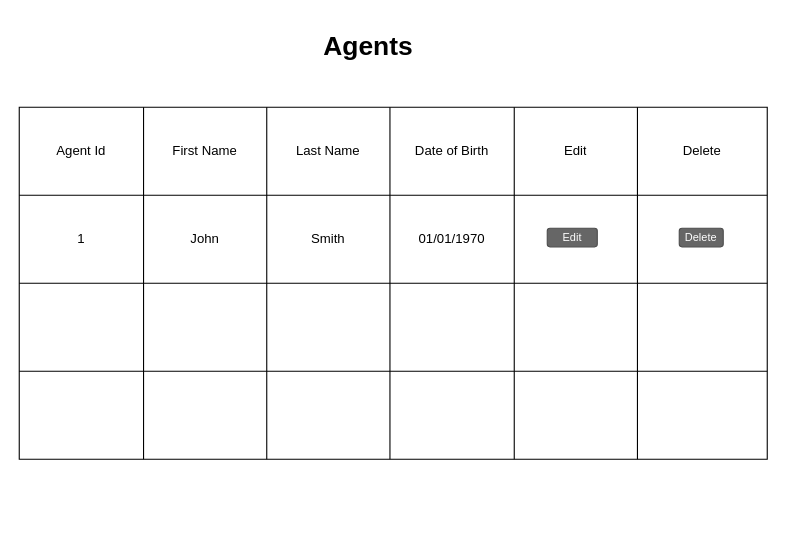
Earlier version of the draw.io diagram page "View Agents" (1 of 4) of server/UIWireFrame.drawio (alfurlon/alfurlon.github.io). Source tidied: cells renumbered, new cells numbered last; positions are measured from the earlier drawing's top-left corner, leaving out a move shared by most shapes. Both pictures are drawn from the tidied source at 110%, with x=0, y=0 at pixel (19, 19).
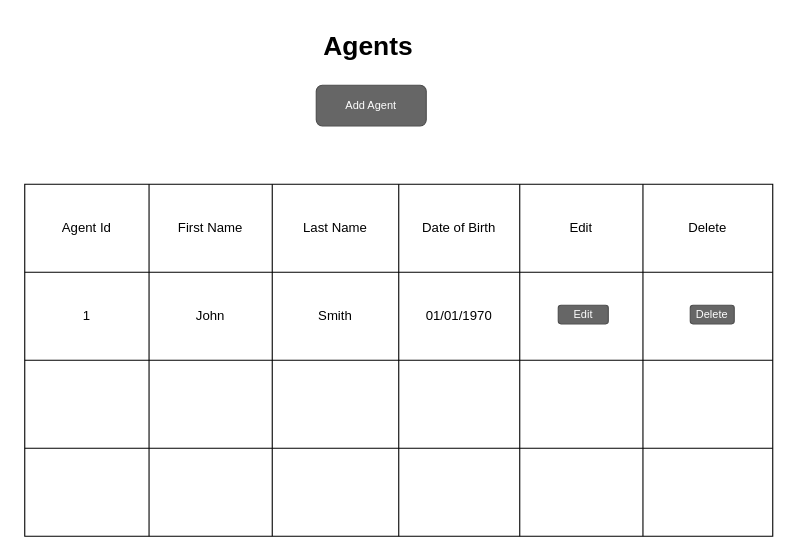
The same page after the edit.

Commit message (it also covers changes not shown here):
add agent and view agent done

Unchanged cells that the change refers to:
```xml
<mxCell id="3" style="shape=partialRectangle;fillColor=none;top=0;left=0;bottom=0;right=0;" parent="2" vertex="1">
  <mxGeometry width="680" height="80" as="geometry" />
</mxCell>
<mxCell id="10" style="shape=partialRectangle;fillColor=none;top=0;left=0;bottom=0;right=0;" parent="2" vertex="1">
  <mxGeometry y="80" width="680" height="80" as="geometry" />
</mxCell>
<mxCell id="17" style="shape=partialRectangle;fillColor=none;top=0;left=0;bottom=0;right=0;" parent="2" vertex="1">
  <mxGeometry y="160" width="680" height="80" as="geometry" />
</mxCell>
<mxCell id="24" style="shape=partialRectangle;fillColor=none;top=0;left=0;bottom=0;right=0;" parent="2" vertex="1">
  <mxGeometry y="240" width="680" height="80" as="geometry" />
</mxCell>
```

Diff of the diagram source:
```diff
@@
     <mxCell id="2" style="shape=table;startSize=0;childLayout=tableLayout;" parent="1" vertex="1">
-      <mxGeometry y="80" width="680" height="320" as="geometry" />
+      <mxGeometry x="5" y="150" width="680" height="320" as="geometry" />
     </mxCell>
@@
     <mxCell id="6" value="Last Name" style="shape=partialRectangle;html=1;whiteSpace=wrap;overflow=hidden;fillColor=none;top=0;left=0;bottom=0;right=0;" parent="3" vertex="1">
-      <mxGeometry x="225" width="112" height="80" as="geometry" />
+      <mxGeometry x="225" width="115" height="80" as="geometry" />
     </mxCell>
     <mxCell id="7" value="Date of Birth" style="shape=partialRectangle;html=1;whiteSpace=wrap;overflow=hidden;fillColor=none;top=0;left=0;bottom=0;right=0;" parent="3" vertex="1">
-      <mxGeometry x="337" width="113" height="80" as="geometry" />
+      <mxGeometry x="340" width="110" height="80" as="geometry" />
     </mxCell>
@@
     <mxCell id="13" value="Smith" style="shape=partialRectangle;html=1;whiteSpace=wrap;overflow=hidden;fillColor=none;top=0;left=0;bottom=0;right=0;" parent="10" vertex="1">
-      <mxGeometry x="225" width="112" height="80" as="geometry" />
+      <mxGeometry x="225" width="115" height="80" as="geometry" />
     </mxCell>
     <mxCell id="14" value="01/01/1970" style="shape=partialRectangle;html=1;whiteSpace=wrap;overflow=hidden;fillColor=none;top=0;left=0;bottom=0;right=0;" parent="10" vertex="1">
-      <mxGeometry x="337" width="113" height="80" as="geometry" />
+      <mxGeometry x="340" width="110" height="80" as="geometry" />
     </mxCell>
@@
     <mxCell id="20" style="shape=partialRectangle;html=1;whiteSpace=wrap;overflow=hidden;fillColor=none;top=0;left=0;bottom=0;right=0;" parent="17" vertex="1">
-      <mxGeometry x="225" width="112" height="80" as="geometry" />
+      <mxGeometry x="225" width="115" height="80" as="geometry" />
     </mxCell>
     <mxCell id="21" style="shape=partialRectangle;html=1;whiteSpace=wrap;overflow=hidden;fillColor=none;top=0;left=0;bottom=0;right=0;" parent="17" vertex="1">
-      <mxGeometry x="337" width="113" height="80" as="geometry" />
+      <mxGeometry x="340" width="110" height="80" as="geometry" />
     </mxCell>
@@
     <mxCell id="27" style="shape=partialRectangle;html=1;whiteSpace=wrap;overflow=hidden;fillColor=none;top=0;left=0;bottom=0;right=0;" parent="24" vertex="1">
-      <mxGeometry x="225" width="112" height="80" as="geometry" />
+      <mxGeometry x="225" width="115" height="80" as="geometry" />
     </mxCell>
     <mxCell id="28" style="shape=partialRectangle;html=1;whiteSpace=wrap;overflow=hidden;fillColor=none;top=0;left=0;bottom=0;right=0;" parent="24" vertex="1">
-      <mxGeometry x="337" width="113" height="80" as="geometry" />
+      <mxGeometry x="340" width="110" height="80" as="geometry" />
     </mxCell>
@@
     <mxCell id="31" value="Edit" style="rounded=1;html=1;shadow=0;dashed=0;whiteSpace=wrap;fontSize=10;fillColor=#666666;align=center;strokeColor=#4D4D4D;fontColor=#ffffff;" parent="1" vertex="1">
-      <mxGeometry x="480" y="190" width="45.5" height="16.9" as="geometry" />
+      <mxGeometry x="490" y="260" width="45.5" height="16.9" as="geometry" />
     </mxCell>
     <mxCell id="32" value="Delete" style="rounded=1;html=1;shadow=0;dashed=0;whiteSpace=wrap;fontSize=10;fillColor=#666666;align=center;strokeColor=#4D4D4D;fontColor=#ffffff;" parent="1" vertex="1">
-      <mxGeometry x="600" y="190" width="40" height="16.9" as="geometry" />
+      <mxGeometry x="610" y="260" width="40" height="16.9" as="geometry" />
     </mxCell>
@@
+    <mxCell id="34" value="Add Agent" style="rounded=1;html=1;shadow=0;dashed=0;whiteSpace=wrap;fontSize=10;fillColor=#666666;align=center;strokeColor=#4D4D4D;fontColor=#ffffff;" parent="1" vertex="1">
+      <mxGeometry x="270" y="60" width="100" height="36.9" as="geometry" />
+    </mxCell>
```
